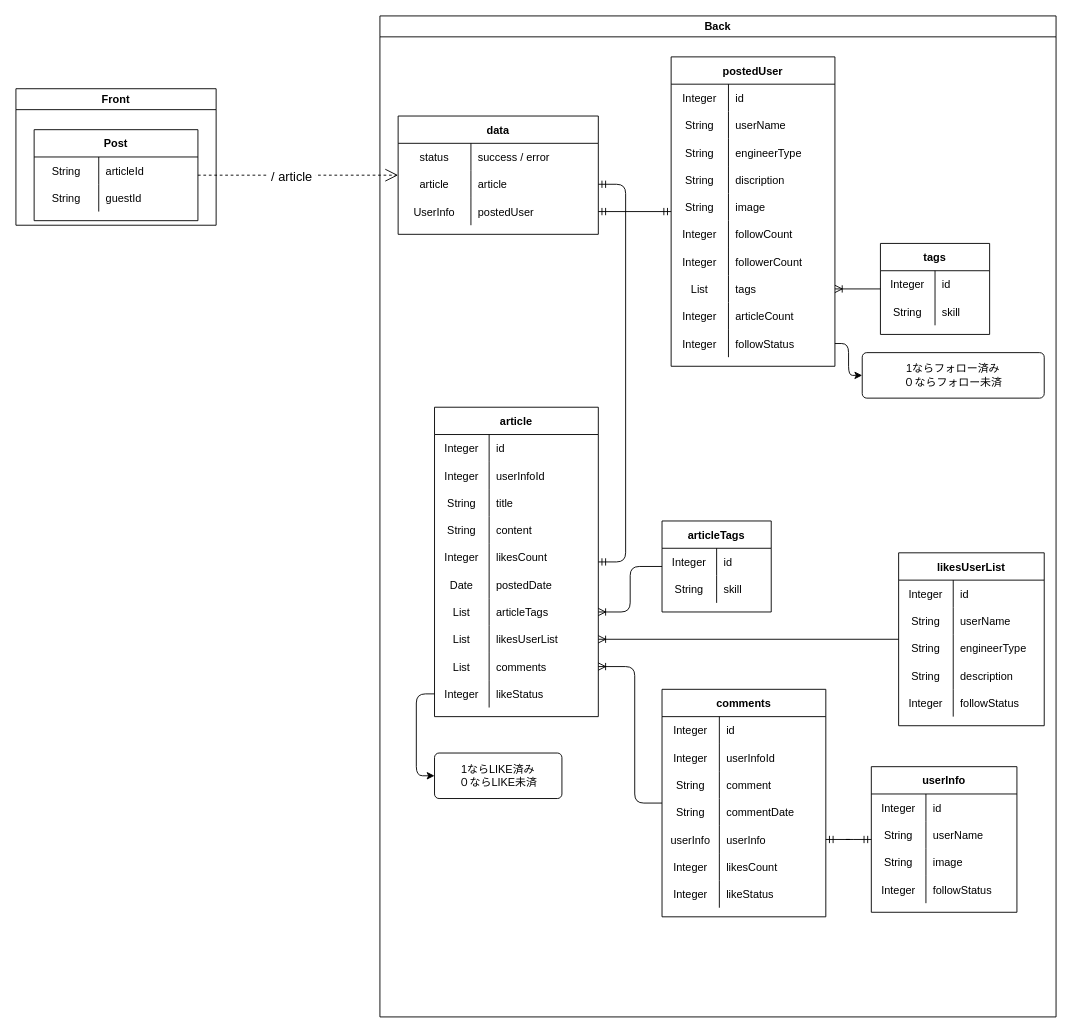
Before: page "[表示]記事詳細" (7 of 21) of Designs/基本設計.drawio in yusuke-rakus/Qiish, a draw.io diagram. Source tidied: cells renumbered, new cells numbered last; positions are measured from the earlier drawing's top-left corner, leaving out a move shared by most shapes. Both pictures are drawn from the tidied source at 91%, with x=0, y=0 at pixel (15, 15).
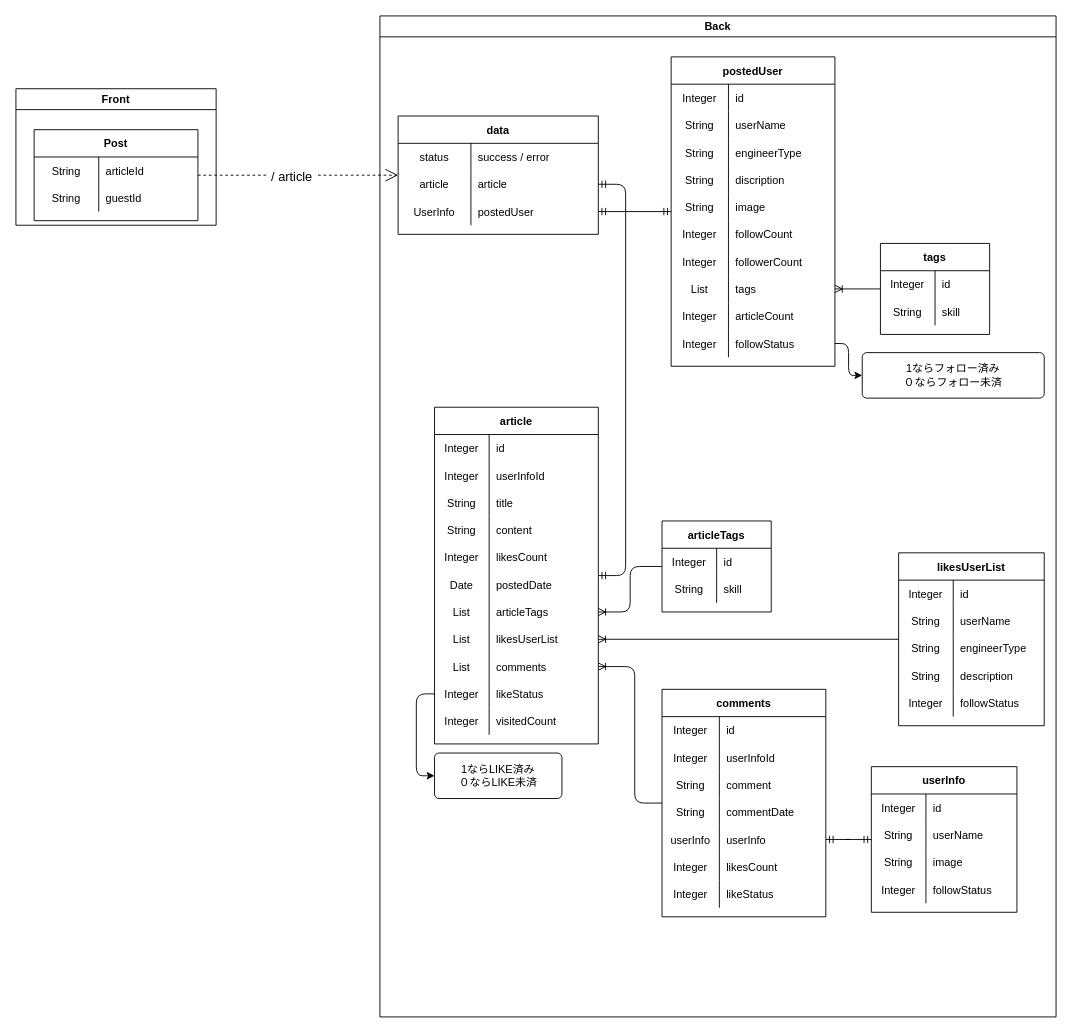
The same diagram, later.

Unchanged cells that the change refers to:
```xml
<mxCell id="10" value="Back" style="swimlane;" parent="1" vertex="1">
  <mxGeometry x="400" width="743" height="1100" as="geometry" />
</mxCell>
```

What changed in the source:
```diff
@@
     <mxCell id="87" value="article" style="shape=table;startSize=30;childLayout=tableLayout;rowLines=0;fontStyle=1;align=center;" parent="10" vertex="1">
-      <mxGeometry x="60" y="430" width="180" height="340" as="geometry" />
+      <mxGeometry x="60" y="430" width="180" height="370" as="geometry" />
     </mxCell>
@@
+    <mxCell id="161" style="shape=partialRectangle;fillColor=none;top=0;left=0;bottom=0;right=0;" parent="87" vertex="1">
+      <mxGeometry y="330" width="180" height="30" as="geometry" />
+    </mxCell>
+    <mxCell id="162" value="Integer" style="shape=partialRectangle;fillColor=none;top=0;left=0;bottom=0;right=0;overflow=hidden;" parent="161" vertex="1">
+      <mxGeometry width="60" height="30" as="geometry" />
+    </mxCell>
+    <mxCell id="163" value="visitedCount" style="shape=partialRectangle;fillColor=none;top=0;left=0;bottom=0;right=0;align=left;spacingLeft=6;overflow=hidden;" parent="161" vertex="1">
+      <mxGeometry x="60" width="120" height="30" as="geometry" />
+    </mxCell>
```
